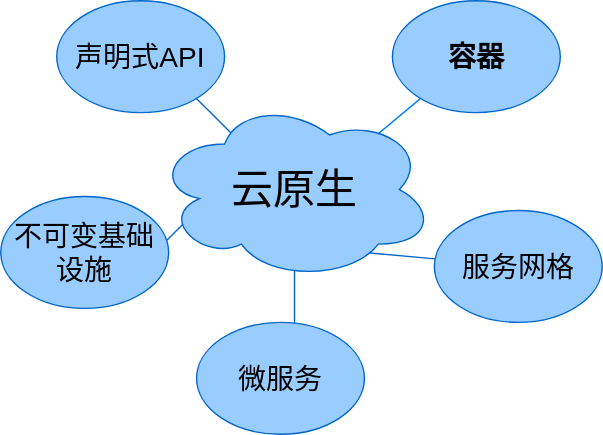
YunZh1Jun/tmp keeps this draw.io diagram as test/未命名绘图.drawio.svg. Above is the earlier version. Source tidied: cells renumbered, new cells last; positions are measured from the earlier drawing's top-left corner, leaving out a move shared by most shapes.
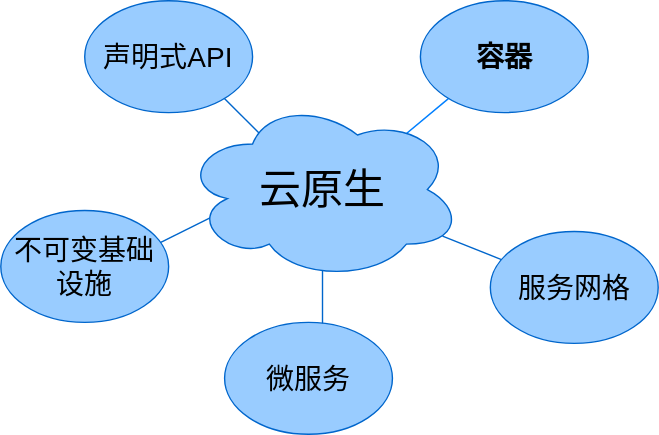
The same diagram one commit later.

Commit message:
更新未命名绘图.drawio.svg

The edit, as a diff of the source:
```diff
@@ -16,7 +16,7 @@
     </mxCell>
     <mxCell id="4" style="endArrow=none;html=1;rounded=0;strokeColor=#0066CC;" parent="1" edge="1">
       <mxGeometry relative="1" as="geometry">
-        <mxPoint x="90" y="200" as="sourcePoint" />
+        <mxPoint x="80" y="180" as="sourcePoint" />
         <mxPoint x="140" y="150" as="targetPoint" />
       </mxGeometry>
     </mxCell>
@@ -26,10 +26,8 @@
         <mxPoint x="210" y="190" as="targetPoint" />
       </mxGeometry>
     </mxCell>
-    <mxCell id="6" style="endArrow=none;html=1;rounded=0;strokeColor=#0066CC;" parent="1" edge="1" source="12">
-      <mxGeometry relative="1" as="geometry">
-        <mxPoint x="260" y="180" as="targetPoint" />
-      </mxGeometry>
+    <mxCell id="6" style="endArrow=none;html=1;rounded=0;strokeColor=#0066CC;" parent="1" edge="1" source="12" target="8">
+      <mxGeometry relative="1" as="geometry" />
     </mxCell>
     <mxCell id="7" value="&lt;font style=&quot;font-size: 20px;&quot;&gt;声明式API&lt;/font&gt;" style="ellipse;whiteSpace=wrap;html=1;fillColor=#99CCFF;strokeColor=#0066CC;" parent="1" vertex="1">
       <mxGeometry x="40" width="120" height="80" as="geometry" />
@@ -38,7 +36,7 @@
       <mxGeometry x="110" y="70" width="200" height="130" as="geometry" />
     </mxCell>
     <mxCell id="9" value="&lt;font style=&quot;font-size: 20px;&quot;&gt;不可变基础设施&lt;/font&gt;" style="ellipse;whiteSpace=wrap;html=1;fillColor=#99CCFF;strokeColor=#0066CC;" parent="1" vertex="1">
-      <mxGeometry y="140" width="120" height="80" as="geometry" />
+      <mxGeometry x="-20" y="150" width="120" height="80" as="geometry" />
     </mxCell>
     <mxCell id="10" value="&lt;font style=&quot;font-size: 20px;&quot;&gt;&lt;b&gt;容器&lt;/b&gt;&lt;/font&gt;" style="ellipse;whiteSpace=wrap;html=1;fillColor=#99CCFF;strokeColor=#0066CC;" parent="1" vertex="1">
       <mxGeometry x="280" width="120" height="80" as="geometry" />
@@ -47,7 +45,7 @@
       <mxGeometry x="140" y="230" width="120" height="80" as="geometry" />
     </mxCell>
     <mxCell id="12" value="&lt;font style=&quot;font-size: 20px;&quot;&gt;服务网格&lt;/font&gt;" style="ellipse;whiteSpace=wrap;html=1;strokeColor=#0066CC;fillColor=#99CCFF;" parent="1" vertex="1">
-      <mxGeometry x="310" y="150" width="120" height="80" as="geometry" />
+      <mxGeometry x="330" y="165" width="120" height="80" as="geometry" />
     </mxCell>
   </root>
 </mxGraphModel>
```
